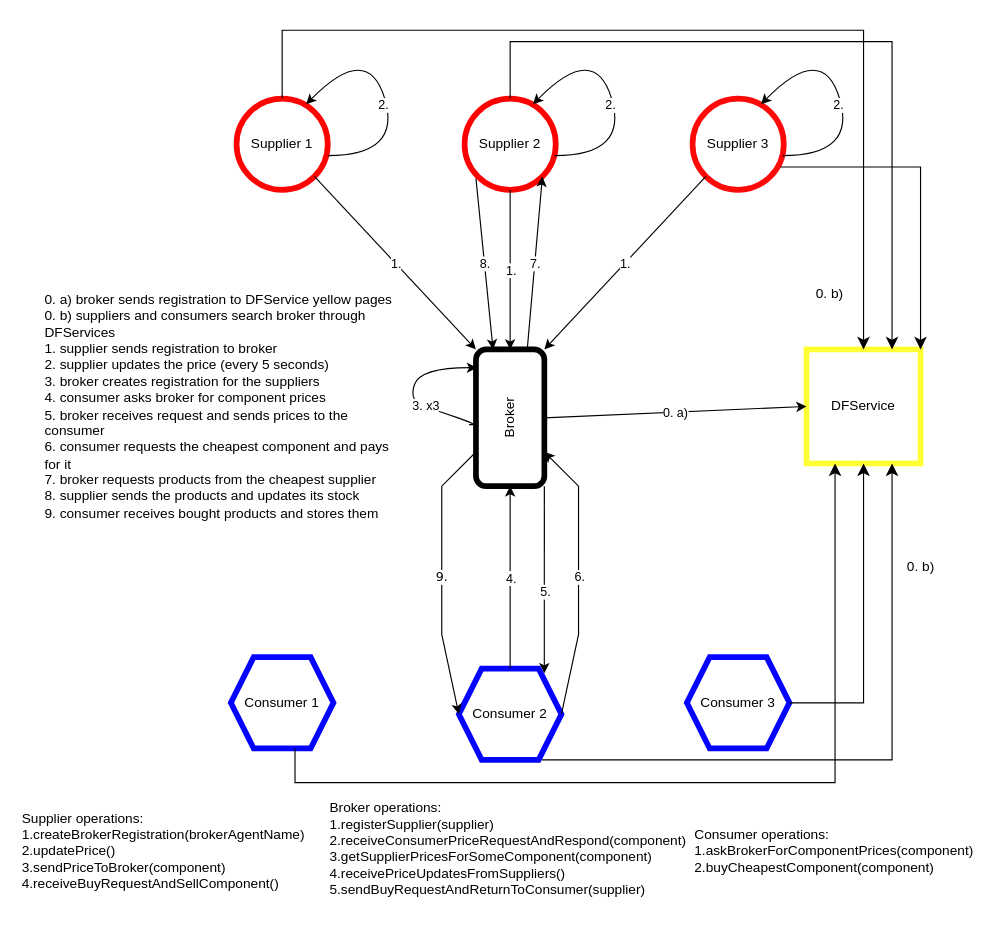
Above: Diagrams/diagram.drawio in EndlessRecurrence/Ultraoriginal-Car-Components-Market-Simulation (draw.io), before the change. Source tidied: cells renumbered, new cells numbered last; positions are measured from the earlier drawing's top-left corner, leaving out a move shared by most shapes. Both pictures are drawn from the tidied source at 114%, with x=0, y=0 at pixel (19, 30).
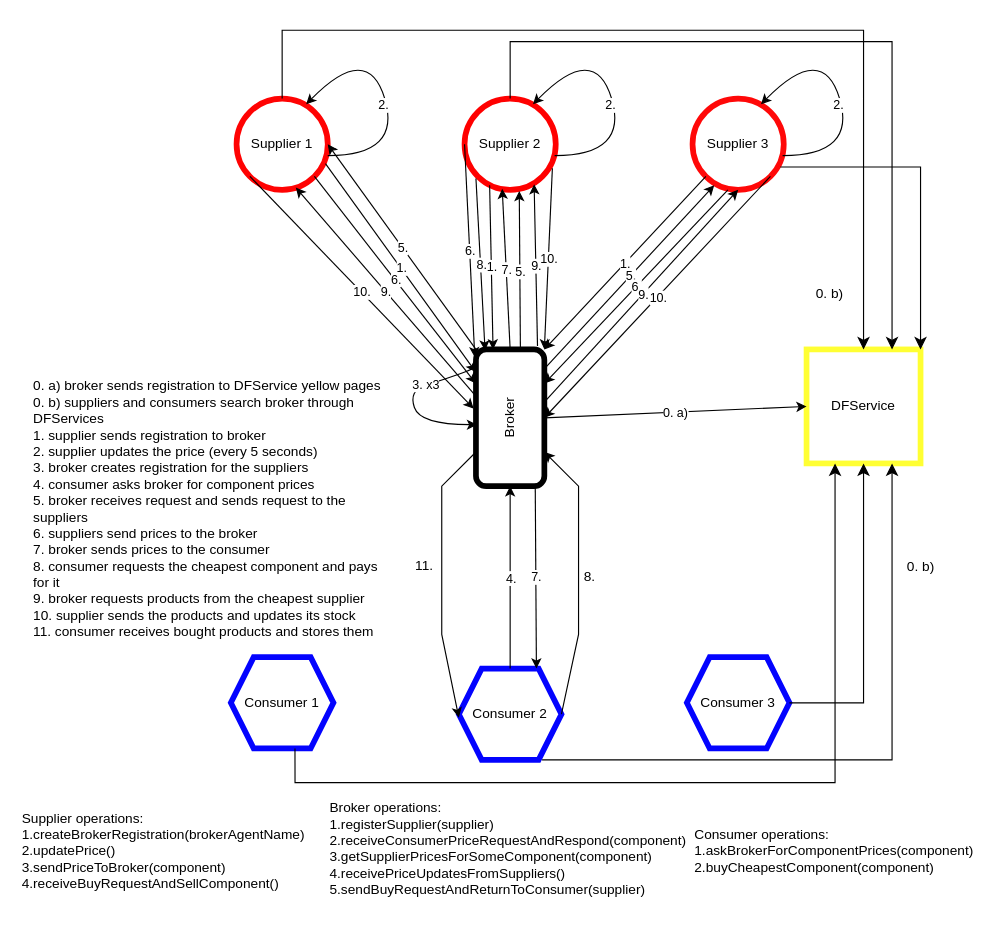
The same diagram, later.

Commit message (it also covers changes not shown here):
Add the buying behaviour of the consumer

Unchanged cells that the change refers to:
```xml
<mxCell id="2" value="Supplier 1" style="ellipse;whiteSpace=wrap;html=1;strokeColor=#FF0303;strokeWidth=5;" parent="1" vertex="1">
  <mxGeometry x="190" y="60" width="80" height="80" as="geometry" />
</mxCell>
<mxCell id="3" value="Supplier 2" style="ellipse;whiteSpace=wrap;html=1;strokeColor=#FF0000;strokeWidth=5;" parent="1" vertex="1">
  <mxGeometry x="390" y="60" width="80" height="80" as="geometry" />
</mxCell>
<mxCell id="4" value="Supplier 3" style="ellipse;whiteSpace=wrap;html=1;strokeColor=#FF0808;strokeWidth=5;" parent="1" vertex="1">
  <mxGeometry x="590" y="60" width="80" height="80" as="geometry" />
</mxCell>
<mxCell id="7" value="Broker" style="rounded=1;whiteSpace=wrap;html=1;rotation=-90;strokeWidth=5;" parent="1" vertex="1">
  <mxGeometry x="370" y="310" width="120" height="60" as="geometry" />
</mxCell>
<mxCell id="9" value="&lt;div&gt;Consumer 2&lt;br&gt;&lt;/div&gt;" style="shape=hexagon;perimeter=hexagonPerimeter2;whiteSpace=wrap;html=1;fixedSize=1;strokeColor=#0303FF;strokeWidth=5;" parent="1" vertex="1">
  <mxGeometry x="385" y="560" width="90" height="80" as="geometry" />
</mxCell>
<mxCell id="28" style="endArrow=classic;html=1;rounded=0;exitX=1;exitY=0.5;exitDx=0;exitDy=0;entryX=0.25;entryY=1;entryDx=0;entryDy=0;" parent="1" edge="1" source="9" target="7">
  <mxGeometry relative="1" as="geometry">
    <Array as="points">
      <mxPoint x="490" y="530" />
      <mxPoint x="490" y="460" />
      <mxPoint x="490" y="400" />
    </Array>
  </mxGeometry>
</mxCell>
```

Diff of the diagram source:
```diff
@@
-    <mxCell id="5" style="edgeStyle=orthogonalEdgeStyle;rounded=0;jettySize=auto;html=1;exitX=0;exitY=1;exitDx=0;exitDy=0;entryX=0.833;entryY=0.05;entryDx=0;entryDy=0;entryPerimeter=0;" parent="1" edge="1" source="7" target="9">
-      <mxGeometry relative="1" as="geometry" />
-    </mxCell>
-    <mxCell id="6" value="5." style="edgeLabel;html=1;align=center;verticalAlign=middle;" parent="5" vertex="1">
-      <mxGeometry x="0.12" y="1" relative="1" as="geometry" />
-    </mxCell>
@@
-    <mxCell id="14" style="endArrow=classic;html=1;rounded=0;entryX=1;entryY=0.5;entryDx=0;entryDy=0;exitX=0.5;exitY=1;exitDx=0;exitDy=0;" parent="1" edge="1">
-      <mxGeometry relative="1" as="geometry">
-        <mxPoint x="430" y="140" as="sourcePoint" />
-        <mxPoint x="430" y="280" as="targetPoint" />
-      </mxGeometry>
+    <mxCell id="14" style="endArrow=classic;html=1;rounded=0;entryX=1;entryY=0.25;entryDx=0;entryDy=0;exitX=0.275;exitY=0.95;exitDx=0;exitDy=0;exitPerimeter=0;" parent="1" edge="1" source="3" target="7">
+      <mxGeometry relative="1" as="geometry" />
     </mxCell>
@@
-    <mxCell id="18" style="endArrow=classic;html=1;rounded=0;entryX=1;entryY=0;entryDx=0;entryDy=0;exitX=1;exitY=1;exitDx=0;exitDy=0;" parent="1" edge="1" source="2" target="7">
-      <mxGeometry relative="1" as="geometry" />
+    <mxCell id="18" style="endArrow=classic;html=1;rounded=0;exitX=0.975;exitY=0.713;exitDx=0;exitDy=0;exitPerimeter=0;" parent="1" edge="1" source="2">
+      <mxGeometry relative="1" as="geometry">
+        <mxPoint x="400" y="300" as="targetPoint" />
+      </mxGeometry>
     </mxCell>
@@
-    <mxCell id="20" value="&lt;div align=&quot;left&quot;&gt;0. a) broker sends registration to DFService yellow pages&lt;br&gt;&lt;/div&gt;&lt;div align=&quot;left&quot;&gt;0. b) suppliers and consumers search broker through DFServices&lt;br&gt;&lt;/div&gt;&lt;div align=&quot;left&quot;&gt;1. supplier sends registration to broker&lt;br&gt;&lt;/div&gt;&lt;div&gt;2. supplier updates the price (every 5 seconds)&lt;/div&gt;&lt;div&gt;3. broker creates registration for the suppliers&lt;br&gt;&lt;/div&gt;&lt;div&gt;4. consumer asks broker for component prices&lt;/div&gt;&lt;div&gt;5. broker receives request and sends prices to the consumer&lt;/div&gt;&lt;div&gt;6. consumer requests the cheapest component and pays for it&lt;br&gt;&lt;/div&gt;&lt;div&gt;7. broker requests products from the cheapest supplier&lt;br&gt;&lt;/div&gt;&lt;div&gt;8. supplier sends the products and updates its stock&lt;/div&gt;&lt;div&gt;9. consumer receives bought products and stores them&lt;br&gt;&lt;/div&gt;" style="text;strokeColor=none;align=left;fillColor=none;html=1;verticalAlign=middle;whiteSpace=wrap;rounded=0;" parent="1" vertex="1">
-      <mxGeometry x="20" y="270" width="310" height="120" as="geometry" />
+    <mxCell id="20" value="&lt;div align=&quot;left&quot;&gt;0. a) broker sends registration to DFService yellow pages&lt;br&gt;&lt;/div&gt;&lt;div align=&quot;left&quot;&gt;0. b) suppliers and consumers search broker through DFServices&lt;br&gt;&lt;/div&gt;&lt;div align=&quot;left&quot;&gt;1. supplier sends registration to broker&lt;br&gt;&lt;/div&gt;&lt;div&gt;2. supplier updates the price (every 5 seconds)&lt;/div&gt;&lt;div&gt;3. broker creates registration for the suppliers&lt;br&gt;&lt;/div&gt;&lt;div&gt;4. consumer asks broker for component prices&lt;/div&gt;&lt;div&gt;5. broker receives request and sends request to the suppliers&lt;/div&gt;&lt;div&gt;6. suppliers send prices to the broker &lt;br&gt;&lt;/div&gt;&lt;div&gt;7. broker sends prices to the consumer&lt;br&gt;&lt;/div&gt;&lt;div&gt;8. consumer requests the cheapest component and pays for it&lt;br&gt;&lt;/div&gt;&lt;div&gt;9. broker requests products from the cheapest supplier&lt;br&gt;&lt;/div&gt;&lt;div&gt;10. supplier sends the products and updates its stock&lt;/div&gt;&lt;div&gt;11. consumer receives bought products and stores them&lt;br&gt;&lt;/div&gt;" style="text;strokeColor=none;align=left;fillColor=none;html=1;verticalAlign=middle;whiteSpace=wrap;rounded=0;" parent="1" vertex="1">
+      <mxGeometry x="10" y="360" width="310" height="120" as="geometry" />
     </mxCell>
@@
     <mxCell id="24" style="curved=1;endArrow=classic;html=1;rounded=0;" parent="1" edge="1">
       <mxGeometry relative="1" as="geometry">
-        <mxPoint x="401" y="346" as="sourcePoint" />
-        <mxPoint x="401" y="296" as="targetPoint" />
+        <mxPoint x="401" y="296" as="sourcePoint" />
+        <mxPoint x="401" y="346" as="targetPoint" />
         <Array as="points">
-          <mxPoint x="391" y="346" />
-          <mxPoint x="401" y="346" />
-          <mxPoint x="370" y="335" />
-          <mxPoint x="341" y="326" />
-          <mxPoint x="351" y="296" />
+          <mxPoint x="391" y="296" />
+          <mxPoint x="401" y="296" />
+          <mxPoint x="370" y="307" />
+          <mxPoint x="341" y="316" />
+          <mxPoint x="351" y="346" />
         </Array>
       </mxGeometry>
     </mxCell>
@@
-    <mxCell id="29" value="6." style="edgeLabel;html=1;align=center;verticalAlign=middle;" parent="28" vertex="1">
-      <mxGeometry relative="1" as="geometry" />
-    </mxCell>
-    <mxCell id="30" style="endArrow=classic;html=1;rounded=0;entryX=1;entryY=1;entryDx=0;entryDy=0;exitX=1;exitY=0.75;exitDx=0;exitDy=0;" parent="1" edge="1" source="7" target="3">
-      <mxGeometry relative="1" as="geometry" />
+    <mxCell id="30" style="endArrow=classic;html=1;rounded=0;entryX=0.413;entryY=0.988;entryDx=0;entryDy=0;entryPerimeter=0;" parent="1" edge="1" target="3">
+      <mxGeometry relative="1" as="geometry">
+        <mxPoint x="430" y="280" as="sourcePoint" />
+      </mxGeometry>
     </mxCell>
@@
-    <mxCell id="32" style="endArrow=classic;html=1;rounded=0;entryX=1;entryY=0.25;entryDx=0;entryDy=0;" parent="1" edge="1" target="7">
+    <mxCell id="32" style="endArrow=classic;html=1;rounded=0;entryX=0.992;entryY=0.133;entryDx=0;entryDy=0;entryPerimeter=0;" parent="1" edge="1" target="7">
       <mxGeometry relative="1" as="geometry">
         <mxPoint x="400" y="130" as="sourcePoint" />
       </mxGeometry>
     </mxCell>
@@
-    <mxCell id="34" value="9." style="endArrow=classic;html=1;rounded=0;entryX=0;entryY=0.5;entryDx=0;entryDy=0;exitX=0.25;exitY=0;exitDx=0;exitDy=0;fontFamily=Verdana;" parent="1" edge="1" source="7" target="9">
-      <mxGeometry relative="1" as="geometry">
-        <Array as="points">
-          <mxPoint x="370" y="400" />
-          <mxPoint x="370" y="496" />
-          <mxPoint x="370" y="530" />
-        </Array>
-      </mxGeometry>
-    </mxCell>
@@
+    <mxCell id="46" style="endArrow=classic;html=1;rounded=0;entryX=0.238;entryY=0.95;entryDx=0;entryDy=0;exitX=0.867;exitY=1.017;exitDx=0;exitDy=0;entryPerimeter=0;exitPerimeter=0;" parent="1" edge="1" source="7" target="4">
+      <mxGeometry relative="1" as="geometry" />
+    </mxCell>
+    <mxCell id="47" value="5." style="edgeLabel;html=1;align=center;verticalAlign=middle;" parent="46" vertex="1">
+      <mxGeometry relative="1" as="geometry" />
+    </mxCell>
+    <mxCell id="48" style="endArrow=classic;html=1;rounded=0;entryX=0.6;entryY=1.013;entryDx=0;entryDy=0;exitX=0.983;exitY=0.65;exitDx=0;exitDy=0;entryPerimeter=0;exitPerimeter=0;" parent="1" edge="1" source="7" target="3">
+      <mxGeometry relative="1" as="geometry" />
+    </mxCell>
+    <mxCell id="49" value="5." style="edgeLabel;html=1;align=center;verticalAlign=middle;" parent="48" vertex="1">
+      <mxGeometry relative="1" as="geometry" />
+    </mxCell>
+    <mxCell id="50" style="endArrow=classic;html=1;rounded=0;entryX=1;entryY=0.5;entryDx=0;entryDy=0;exitX=1;exitY=0;exitDx=0;exitDy=0;" parent="1" edge="1" source="7" target="2">
+      <mxGeometry relative="1" as="geometry" />
+    </mxCell>
+    <mxCell id="51" value="5." style="edgeLabel;html=1;align=center;verticalAlign=middle;" parent="50" vertex="1">
+      <mxGeometry relative="1" as="geometry" />
+    </mxCell>
+    <mxCell id="52" style="endArrow=classic;html=1;rounded=0;exitX=1;exitY=1;exitDx=0;exitDy=0;entryX=0.75;entryY=0;entryDx=0;entryDy=0;" parent="1" edge="1" source="2" target="7">
+      <mxGeometry relative="1" as="geometry" />
+    </mxCell>
+    <mxCell id="53" value="6." style="edgeLabel;html=1;align=center;verticalAlign=middle;" parent="52" vertex="1">
+      <mxGeometry relative="1" as="geometry" />
+    </mxCell>
+    <mxCell id="54" style="endArrow=classic;html=1;rounded=0;exitX=0;exitY=0.5;exitDx=0;exitDy=0;entryX=0.942;entryY=-0.017;entryDx=0;entryDy=0;entryPerimeter=0;" parent="1" edge="1" source="3" target="7">
+      <mxGeometry relative="1" as="geometry" />
+    </mxCell>
+    <mxCell id="55" value="6." style="edgeLabel;html=1;align=center;verticalAlign=middle;" parent="54" vertex="1">
+      <mxGeometry relative="1" as="geometry" />
+    </mxCell>
+    <mxCell id="56" style="endArrow=classic;html=1;rounded=0;exitX=0.388;exitY=1;exitDx=0;exitDy=0;entryX=0.75;entryY=1;entryDx=0;entryDy=0;exitPerimeter=0;" parent="1" edge="1" source="4" target="7">
+      <mxGeometry relative="1" as="geometry" />
+    </mxCell>
+    <mxCell id="57" value="6." style="edgeLabel;html=1;align=center;verticalAlign=middle;" parent="56" vertex="1">
+      <mxGeometry relative="1" as="geometry" />
+    </mxCell>
+    <mxCell id="58" style="endArrow=classic;html=1;rounded=0;exitX=0;exitY=0.867;exitDx=0;exitDy=0;exitPerimeter=0;entryX=0.756;entryY=0;entryDx=0;entryDy=0;entryPerimeter=0;" parent="1" edge="1" source="7" target="9">
+      <mxGeometry relative="1" as="geometry" />
+    </mxCell>
+    <mxCell id="59" value="7." style="edgeLabel;html=1;align=center;verticalAlign=middle;" parent="58" vertex="1">
+      <mxGeometry relative="1" as="geometry" />
+    </mxCell>
+    <mxCell id="60" value="8." style="text;html=1;strokeColor=none;fillColor=none;align=center;verticalAlign=middle;whiteSpace=wrap;rounded=0;" parent="1" vertex="1">
+      <mxGeometry x="490" y="470" width="20" height="20" as="geometry" />
+    </mxCell>
+    <mxCell id="61" style="endArrow=classic;html=1;rounded=0;entryX=0.5;entryY=1;entryDx=0;entryDy=0;exitX=0.633;exitY=1.033;exitDx=0;exitDy=0;exitPerimeter=0;" parent="1" edge="1" source="7" target="4">
+      <mxGeometry relative="1" as="geometry" />
+    </mxCell>
+    <mxCell id="62" value="9." style="edgeLabel;html=1;align=center;verticalAlign=middle;" parent="61" vertex="1">
+      <mxGeometry relative="1" as="geometry" />
+    </mxCell>
+    <mxCell id="63" style="endArrow=classic;html=1;rounded=0;entryX=0.763;entryY=0.938;entryDx=0;entryDy=0;exitX=1.025;exitY=0.9;exitDx=0;exitDy=0;exitPerimeter=0;entryPerimeter=0;" parent="1" edge="1" source="7" target="3">
+      <mxGeometry relative="1" as="geometry" />
+    </mxCell>
+    <mxCell id="64" value="9." style="edgeLabel;html=1;align=center;verticalAlign=middle;" parent="63" vertex="1">
+      <mxGeometry relative="1" as="geometry" />
+    </mxCell>
+    <mxCell id="65" style="endArrow=classic;html=1;rounded=0;entryX=0.65;entryY=0.975;entryDx=0;entryDy=0;exitX=0.667;exitY=-0.017;exitDx=0;exitDy=0;exitPerimeter=0;entryPerimeter=0;" parent="1" edge="1" source="7" target="2">
+      <mxGeometry relative="1" as="geometry" />
+    </mxCell>
+    <mxCell id="66" value="9." style="edgeLabel;html=1;align=center;verticalAlign=middle;" parent="65" vertex="1">
+      <mxGeometry relative="1" as="geometry" />
+    </mxCell>
+    <mxCell id="67" style="endArrow=classic;html=1;rounded=0;exitX=0;exitY=1;exitDx=0;exitDy=0;entryX=0.567;entryY=-0.033;entryDx=0;entryDy=0;entryPerimeter=0;" parent="1" edge="1" source="2" target="7">
+      <mxGeometry relative="1" as="geometry" />
+    </mxCell>
+    <mxCell id="68" value="10." style="edgeLabel;html=1;align=center;verticalAlign=middle;" parent="67" vertex="1">
+      <mxGeometry relative="1" as="geometry" />
+    </mxCell>
+    <mxCell id="69" style="endArrow=classic;html=1;rounded=0;exitX=0.963;exitY=0.763;exitDx=0;exitDy=0;entryX=1;entryY=1;entryDx=0;entryDy=0;exitPerimeter=0;" parent="1" edge="1" source="3" target="7">
+      <mxGeometry relative="1" as="geometry" />
+    </mxCell>
+    <mxCell id="70" value="10." style="edgeLabel;html=1;align=center;verticalAlign=middle;" parent="69" vertex="1">
+      <mxGeometry relative="1" as="geometry" />
+    </mxCell>
+    <mxCell id="71" style="endArrow=classic;html=1;rounded=0;exitX=1;exitY=1;exitDx=0;exitDy=0;" parent="1" edge="1" source="4">
+      <mxGeometry relative="1" as="geometry">
+        <mxPoint x="460" y="340" as="targetPoint" />
+      </mxGeometry>
+    </mxCell>
+    <mxCell id="72" value="10." style="edgeLabel;html=1;align=center;verticalAlign=middle;" parent="71" vertex="1">
+      <mxGeometry relative="1" as="geometry" />
+    </mxCell>
+    <mxCell id="73" style="endArrow=classic;html=1;rounded=0;exitX=0.25;exitY=0;exitDx=0;exitDy=0;" parent="1" edge="1" source="7">
+      <mxGeometry relative="1" as="geometry">
+        <mxPoint x="385" y="603" as="targetPoint" />
+        <Array as="points">
+          <mxPoint x="370" y="400" />
+          <mxPoint x="370" y="530" />
+        </Array>
+      </mxGeometry>
+    </mxCell>
+    <mxCell id="74" value="11." style="text;html=1;strokeColor=none;fillColor=none;align=center;verticalAlign=middle;whiteSpace=wrap;rounded=0;" parent="1" vertex="1">
+      <mxGeometry x="340" y="455" width="30" height="30" as="geometry" />
+    </mxCell>
```
